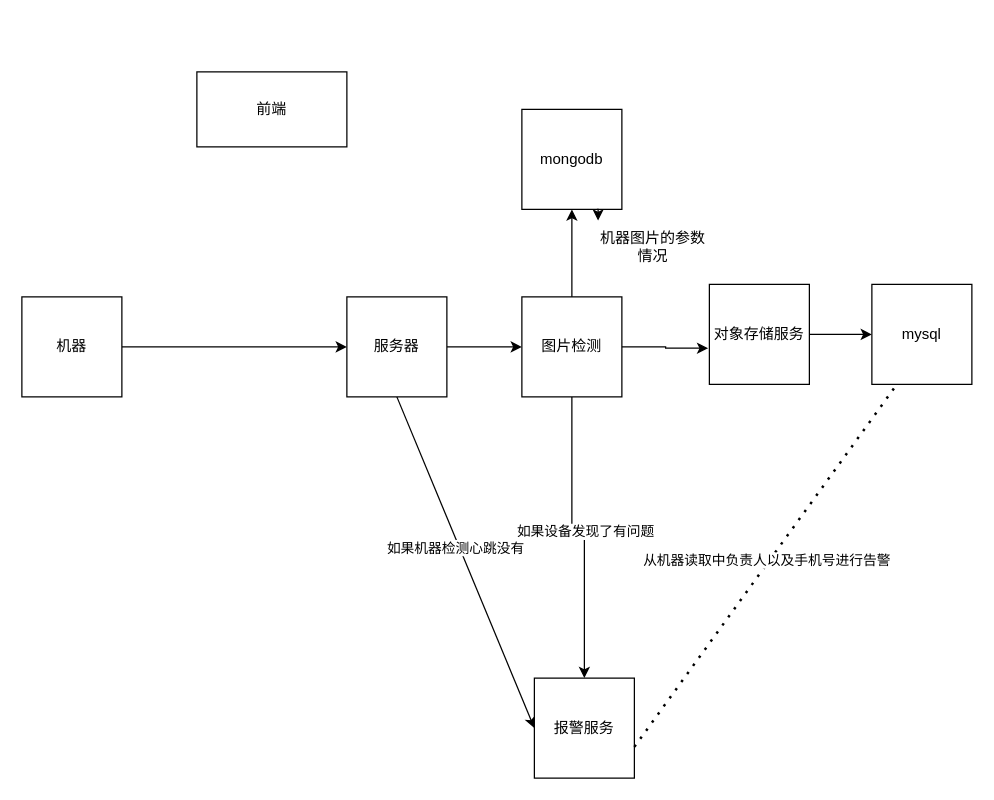
Above: 未命名绘图.drawio in shenjingqi/extends02 (draw.io), before the change. Source tidied: cells renumbered, new cells numbered last; positions are measured from the earlier drawing's top-left corner, leaving out a move shared by most shapes. Both pictures are drawn from the tidied source at 125%, with x=0, y=0 at pixel (21, 71).
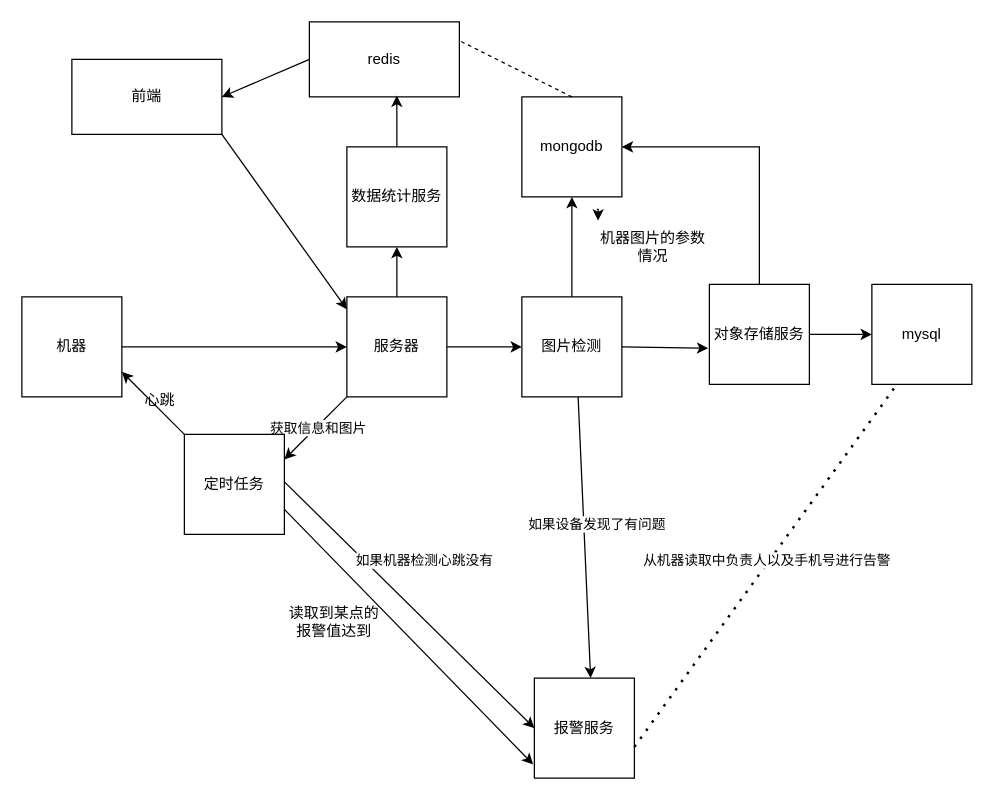
The same page after the edit.

The change refers to these unchanged cells:
```xml
<mxCell id="3" value="机器" style="whiteSpace=wrap;html=1;" parent="1" vertex="1">
  <mxGeometry y="180" width="80" height="80" as="geometry" />
</mxCell>
<mxCell id="7" value="服务器" style="whiteSpace=wrap;html=1;" parent="1" vertex="1">
  <mxGeometry x="260" y="180" width="80" height="80" as="geometry" />
</mxCell>
<mxCell id="9" value="对象存储服务" style="whiteSpace=wrap;html=1;" parent="1" vertex="1">
  <mxGeometry x="550" y="170" width="80" height="80" as="geometry" />
</mxCell>
<mxCell id="14" value="图片检测" style="whiteSpace=wrap;html=1;" parent="1" vertex="1">
  <mxGeometry x="400" y="180" width="80" height="80" as="geometry" />
</mxCell>
<mxCell id="15" value="报警服务" style="whiteSpace=wrap;html=1;" parent="1" vertex="1">
  <mxGeometry x="410" y="485" width="80" height="80" as="geometry" />
</mxCell>
```

Diff of the diagram source:
```diff
@@
-    <mxCell id="2" style="edgeStyle=orthogonalEdgeStyle;rounded=0;jettySize=auto;html=1;exitX=1;exitY=0.5;exitDx=0;exitDy=0;entryX=0;entryY=0.5;entryDx=0;entryDy=0;" parent="1" edge="1" source="3" target="7">
+    <mxCell id="2" style="edgeStyle=orthogonalEdgeStyle;rounded=0;jettySize=auto;html=1;exitX=1;exitY=0.5;exitDx=0;exitDy=0;" parent="1" edge="1" source="3" target="7">
       <mxGeometry relative="1" as="geometry" />
     </mxCell>
@@
-    <mxCell id="5" style="rounded=0;jettySize=auto;html=1;exitX=0.5;exitY=1;exitDx=0;exitDy=0;entryX=0;entryY=0.5;entryDx=0;entryDy=0;" parent="1" edge="1" source="7" target="15">
+    <mxCell id="5" style="rounded=0;jettySize=auto;html=1;exitX=0.95;exitY=0.425;exitDx=0;exitDy=0;entryX=0;entryY=0.5;entryDx=0;entryDy=0;exitPerimeter=0;" parent="1" edge="1" source="33" target="15">
       <mxGeometry relative="1" as="geometry" />
     </mxCell>
     <mxCell id="6" value="如果机器检测心跳没有" style="edgeLabel;html=1;align=center;verticalAlign=middle;" parent="5" vertex="1">
       <mxGeometry x="-0.1" y="-4" relative="1" as="geometry">
-        <mxPoint x="1" as="offset" />
+        <mxPoint x="26" y="-27" as="offset" />
       </mxGeometry>
     </mxCell>
+    <mxCell id="23" style="edgeStyle=orthogonalEdgeStyle;rounded=0;jettySize=auto;html=1;exitX=0.5;exitY=0;exitDx=0;exitDy=0;entryX=0.5;entryY=1;entryDx=0;entryDy=0;" parent="1" edge="1" source="7" target="29">
+      <mxGeometry relative="1" as="geometry" />
+    </mxCell>
+    <mxCell id="24" style="rounded=0;jettySize=auto;html=1;exitX=0;exitY=1;exitDx=0;exitDy=0;entryX=1;entryY=0.25;entryDx=0;entryDy=0;" parent="1" edge="1" source="7" target="33">
+      <mxGeometry relative="1" as="geometry" />
+    </mxCell>
+    <mxCell id="25" value="获取信息和图片" style="edgeLabel;html=1;align=center;verticalAlign=middle;" parent="24" vertex="1">
+      <mxGeometry x="-0.04" y="1" relative="1" as="geometry" />
+    </mxCell>
@@
+    <mxCell id="26" style="edgeStyle=orthogonalEdgeStyle;rounded=0;jettySize=auto;html=1;exitX=0.5;exitY=0;exitDx=0;exitDy=0;entryX=1;entryY=0.5;entryDx=0;entryDy=0;" parent="1" edge="1" source="9" target="19">
+      <mxGeometry relative="1" as="geometry" />
+    </mxCell>
@@
-    <mxCell id="11" style="edgeStyle=orthogonalEdgeStyle;rounded=0;jettySize=auto;html=1;exitX=0.5;exitY=1;exitDx=0;exitDy=0;entryX=0.5;entryY=0;entryDx=0;entryDy=0;" parent="1" edge="1" source="14" target="15">
-      <mxGeometry relative="1" as="geometry" />
+    <mxCell id="11" style="rounded=0;orthogonalLoop=1;jettySize=auto;html=1;exitX=0.5;exitY=1;exitDx=0;exitDy=0;entryX=0.5;entryY=0;entryDx=0;entryDy=0;" parent="1" edge="1">
+      <mxGeometry relative="1" as="geometry">
+        <mxPoint x="445" y="260" as="sourcePoint" />
+        <mxPoint x="455" y="485" as="targetPoint" />
+      </mxGeometry>
     </mxCell>
@@
-    <mxCell id="16" style="edgeStyle=orthogonalEdgeStyle;rounded=0;jettySize=auto;html=1;exitX=1;exitY=0.5;exitDx=0;exitDy=0;entryX=-0.012;entryY=0.638;entryDx=0;entryDy=0;entryPerimeter=0;" parent="1" edge="1" source="14" target="9">
+    <mxCell id="16" style="rounded=0;jettySize=auto;html=1;exitX=1;exitY=0.5;exitDx=0;exitDy=0;entryX=-0.012;entryY=0.638;entryDx=0;entryDy=0;entryPerimeter=0;" parent="1" edge="1" source="14" target="9">
       <mxGeometry relative="1" as="geometry" />
     </mxCell>
@@
     <mxCell id="19" value="mongodb" style="whiteSpace=wrap;html=1;" parent="1" vertex="1">
-      <mxGeometry x="400" y="30" width="80" height="80" as="geometry" />
+      <mxGeometry x="400" y="20" width="80" height="80" as="geometry" />
     </mxCell>
@@
     <mxCell id="22" value="前端" style="rounded=0;whiteSpace=wrap;html=1;" parent="1" vertex="1">
-      <mxGeometry x="140" width="120" height="60" as="geometry" />
+      <mxGeometry x="40" y="-10" width="120" height="60" as="geometry" />
     </mxCell>
+    <mxCell id="27" style="rounded=0;jettySize=auto;html=1;exitX=0;exitY=0.5;exitDx=0;exitDy=0;entryX=1;entryY=0.5;entryDx=0;entryDy=0;" parent="1" edge="1" source="28" target="22">
+      <mxGeometry relative="1" as="geometry" />
+    </mxCell>
+    <mxCell id="28" value="redis" style="rounded=0;whiteSpace=wrap;html=1;" parent="1" vertex="1">
+      <mxGeometry x="230" y="-40" width="120" height="60" as="geometry" />
+    </mxCell>
+    <mxCell id="29" value="数据统计服务" style="whiteSpace=wrap;html=1;" parent="1" vertex="1">
+      <mxGeometry x="260" y="60" width="80" height="80" as="geometry" />
+    </mxCell>
+    <mxCell id="30" style="rounded=0;jettySize=auto;html=1;exitX=1;exitY=1;exitDx=0;exitDy=0;entryX=0;entryY=0.125;entryDx=0;entryDy=0;entryPerimeter=0;" parent="1" edge="1" source="22" target="7">
+      <mxGeometry relative="1" as="geometry" />
+    </mxCell>
+    <mxCell id="31" value="读取到某点的报警值达到" style="text;html=1;align=center;verticalAlign=middle;whiteSpace=wrap;rounded=0;" parent="1" vertex="1">
+      <mxGeometry x="210" y="410" width="80" height="60" as="geometry" />
+    </mxCell>
+    <mxCell id="32" style="rounded=0;jettySize=auto;html=1;exitX=0;exitY=0;exitDx=0;exitDy=0;entryX=1;entryY=0.75;entryDx=0;entryDy=0;" parent="1" edge="1" source="33" target="3">
+      <mxGeometry relative="1" as="geometry" />
+    </mxCell>
+    <mxCell id="33" value="定时任务" style="whiteSpace=wrap;html=1;" parent="1" vertex="1">
+      <mxGeometry x="130" y="290" width="80" height="80" as="geometry" />
+    </mxCell>
+    <mxCell id="34" style="rounded=0;jettySize=auto;html=1;exitX=1;exitY=0.75;exitDx=0;exitDy=0;entryX=-0.012;entryY=0.863;entryDx=0;entryDy=0;entryPerimeter=0;" parent="1" edge="1" source="33" target="15">
+      <mxGeometry relative="1" as="geometry" />
+    </mxCell>
+    <mxCell id="35" value="心跳" style="text;html=1;align=center;verticalAlign=middle;strokeColor=none;fillColor=none;" parent="1" vertex="1">
+      <mxGeometry x="85" y="248" width="50" height="30" as="geometry" />
+    </mxCell>
+    <mxCell id="36" style="rounded=0;jettySize=auto;html=1;exitX=0.5;exitY=0;exitDx=0;exitDy=0;entryX=0.583;entryY=0.983;entryDx=0;entryDy=0;entryPerimeter=0;" parent="1" edge="1" source="29" target="28">
+      <mxGeometry relative="1" as="geometry" />
+    </mxCell>
+    <mxCell id="37" style="endArrow=none;dashed=1;html=1;rounded=0;entryX=1;entryY=0.25;entryDx=0;entryDy=0;" parent="1" edge="1" target="28">
+      <mxGeometry relative="1" as="geometry">
+        <mxPoint x="440" y="20" as="sourcePoint" />
+      </mxGeometry>
+    </mxCell>
```
